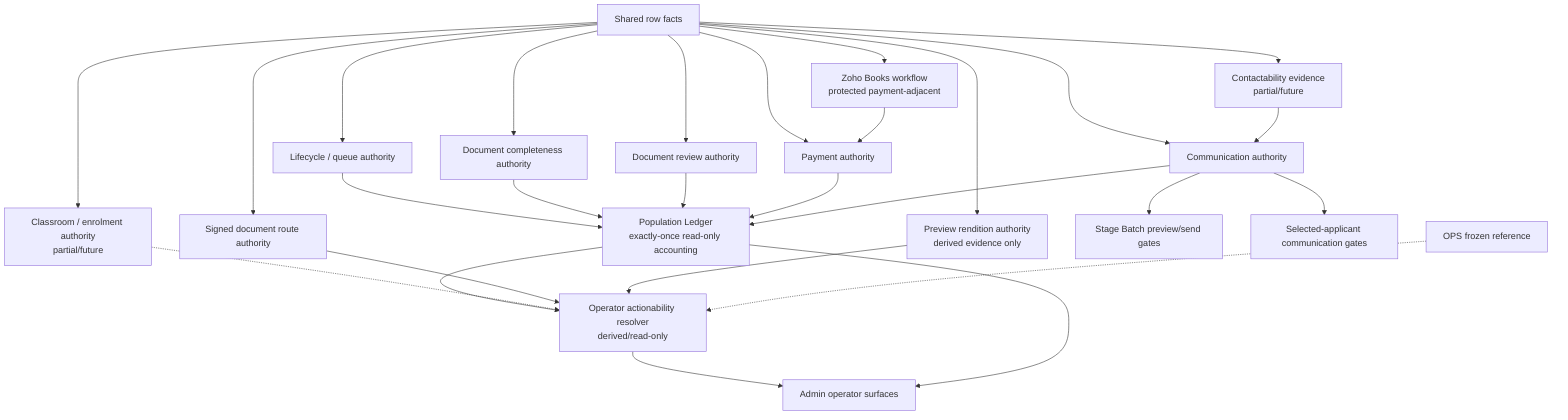
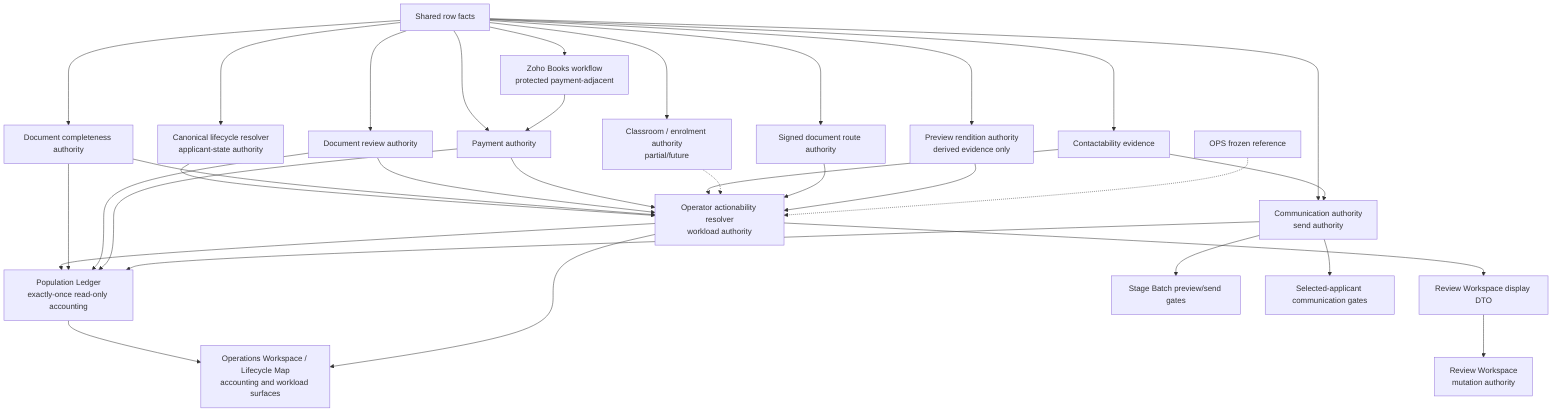
flowchart TD
-   A["Shared row facts"] --> B["Lifecycle / queue authority"]
+   A["Shared row facts"] --> B["Canonical lifecycle resolver<br/>applicant-state authority"]
  A --> C["Document completeness authority"]
  A --> D["Document review authority"]
  A --> E["Payment authority"]
-   A --> F["Communication authority"]
+   A --> F["Communication authority<br/>send authority"]
  A --> G["Classroom / enrolment authority<br/>partial/future"]
  A --> I["Signed document route authority"]
  A --> J["Preview rendition authority<br/>derived evidence only"]
  A --> K["Zoho Books workflow<br/>protected payment-adjacent"]
-   A --> L["Contactability evidence<br/>partial/future"]
+   A --> L["Contactability evidence"]

-   B --> Q["Population Ledger<br/>exactly-once read-only accounting"]
+   B --> H["Operator actionability resolver<br/>workload authority"]
+   C --> H
+   D --> H
+   E --> H
+   L --> H
+ 
+   H --> Q["Population Ledger<br/>exactly-once read-only accounting"]
  C --> Q
  D --> Q
  E --> Q
  F --> Q
-   Q --> H["Operator actionability resolver<br/>derived/read-only"]
  G -.-> H
  I --> H
  J --> H
  K --> E
  L --> F

-   H --> M["Admin operator surfaces"]
-   Q --> M
+   Q --> M["Operations Workspace / Lifecycle Map<br/>accounting and workload surfaces"]
+   H --> M
+   H --> R["Review Workspace display DTO"]
+   R --> S["Review Workspace<br/>mutation authority"]
  F --> N["Stage Batch preview/send gates"]
  F --> O["Selected-applicant communication gates"]
  P["OPS frozen reference"] -.-> H
